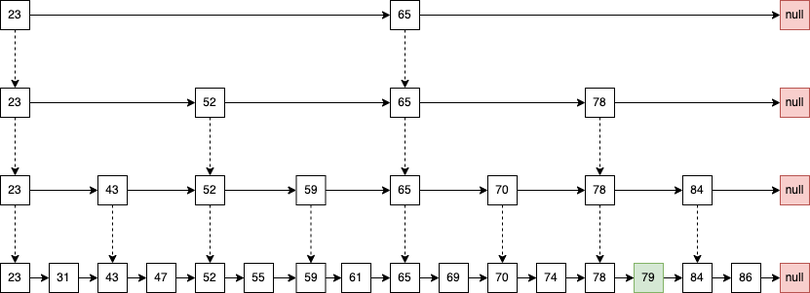
Above: redis/structure-zset.png in thebesteric/draw.io (draw.io), before the change. Source tidied: cells renumbered, new cells last; positions are measured from the earlier drawing's top-left corner, leaving out a move shared by most shapes.
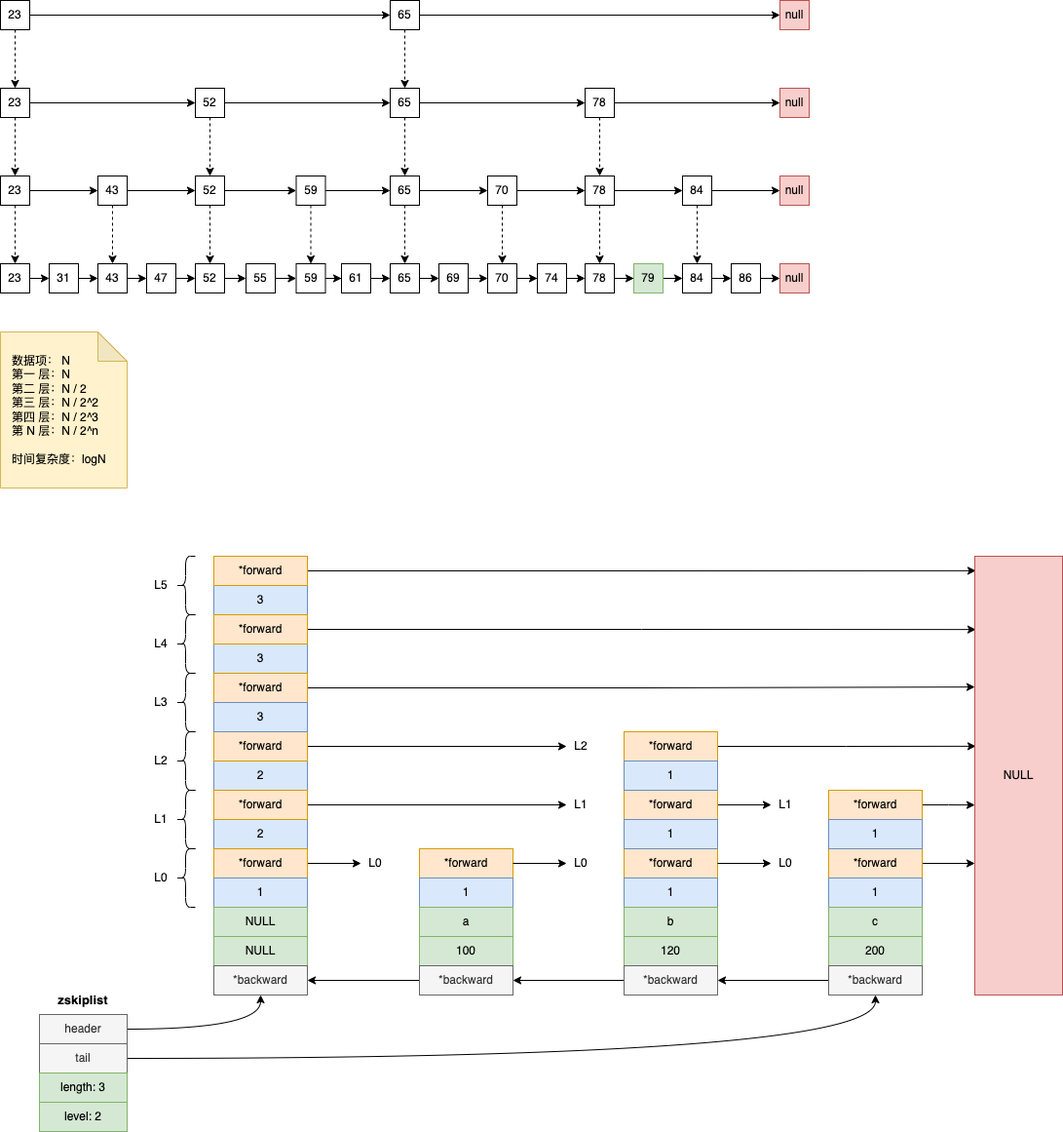
The same file after the commit.

What changed in the source:
```diff
@@ -36,7 +36,7 @@
       <mxGeometry relative="1" as="geometry" />
     </mxCell>
     <mxCell id="13" value="55" style="rounded=0;whiteSpace=wrap;html=1;" parent="1" vertex="1">
-      <mxGeometry x="250" y="270" width="30" height="30" as="geometry" />
+      <mxGeometry x="252" y="270" width="30" height="30" as="geometry" />
     </mxCell>
     <mxCell id="14" style="edgeStyle=orthogonalEdgeStyle;rounded=0;jettySize=auto;html=1;exitX=1;exitY=0.5;exitDx=0;exitDy=0;" parent="1" edge="1" source="15" target="17">
       <mxGeometry relative="1" as="geometry" />
@@ -72,7 +72,7 @@
       <mxGeometry relative="1" as="geometry" />
     </mxCell>
     <mxCell id="25" value="74" style="rounded=0;whiteSpace=wrap;html=1;" parent="1" vertex="1">
-      <mxGeometry x="550" y="270" width="30" height="30" as="geometry" />
+      <mxGeometry x="551" y="270" width="30" height="30" as="geometry" />
     </mxCell>
     <mxCell id="26" style="edgeStyle=orthogonalEdgeStyle;rounded=0;jettySize=auto;html=1;exitX=1;exitY=0.5;exitDx=0;exitDy=0;" parent="1" edge="1" source="27" target="29">
       <mxGeometry relative="1" as="geometry" />
@@ -236,5 +236,239 @@
     <mxCell id="79" value="null" style="rounded=0;whiteSpace=wrap;html=1;fillColor=#f8cecc;strokeColor=#b85450;" parent="1" vertex="1">
       <mxGeometry x="800" width="30" height="30" as="geometry" />
     </mxCell>
+    <mxCell id="80" value="数据项： N&lt;br&gt;第一 层：N&lt;br&gt;第二 层：N / 2&lt;br&gt;第三 层：N / 2^2&lt;br&gt;第四 层：N / 2^3&lt;br&gt;第 N 层：N / 2^n&lt;br&gt;&lt;br&gt;时间复杂度：logN" style="shape=note;whiteSpace=wrap;html=1;backgroundOutline=1;darkOpacity=0.05;align=left;spacing=12;fillColor=#fff2cc;strokeColor=#d6b656;" parent="1" vertex="1">
+      <mxGeometry y="340" width="130" height="160" as="geometry" />
+    </mxCell>
+    <mxCell id="81" style="edgeStyle=orthogonalEdgeStyle;curved=1;rounded=0;jettySize=auto;html=1;exitX=1;exitY=0.5;exitDx=0;exitDy=0;" parent="1" edge="1" source="82" target="94">
+      <mxGeometry relative="1" as="geometry" />
+    </mxCell>
+    <mxCell id="82" value="header" style="rounded=0;whiteSpace=wrap;html=1;fillColor=#f5f5f5;fontColor=#333333;strokeColor=#666666;" parent="1" vertex="1">
+      <mxGeometry x="40" y="1040" width="90" height="30" as="geometry" />
+    </mxCell>
+    <mxCell id="83" style="edgeStyle=orthogonalEdgeStyle;rounded=0;jettySize=auto;html=1;exitX=1;exitY=0.5;exitDx=0;exitDy=0;entryX=0.5;entryY=1;entryDx=0;entryDy=0;curved=1;" parent="1" edge="1" source="84" target="147">
+      <mxGeometry relative="1" as="geometry" />
+    </mxCell>
+    <mxCell id="84" value="tail" style="rounded=0;whiteSpace=wrap;html=1;fillColor=#f5f5f5;fontColor=#333333;strokeColor=#666666;" parent="1" vertex="1">
+      <mxGeometry x="40" y="1070" width="90" height="30" as="geometry" />
+    </mxCell>
+    <mxCell id="85" value="length: 3" style="rounded=0;whiteSpace=wrap;html=1;fillColor=#d5e8d4;strokeColor=#82b366;" parent="1" vertex="1">
+      <mxGeometry x="40" y="1100" width="90" height="30" as="geometry" />
+    </mxCell>
+    <mxCell id="86" value="level: 2" style="rounded=0;whiteSpace=wrap;html=1;fillColor=#d5e8d4;strokeColor=#82b366;" parent="1" vertex="1">
+      <mxGeometry x="40" y="1130" width="90" height="30" as="geometry" />
+    </mxCell>
+    <mxCell id="87" value="2" style="rounded=0;whiteSpace=wrap;html=1;fillColor=#dae8fc;strokeColor=#6c8ebf;" parent="1" vertex="1">
+      <mxGeometry x="219" y="840" width="96" height="30" as="geometry" />
+    </mxCell>
+    <mxCell id="88" style="edgeStyle=orthogonalEdgeStyle;rounded=0;jettySize=auto;html=1;exitX=1;exitY=0.5;exitDx=0;exitDy=0;entryX=0;entryY=0.5;entryDx=0;entryDy=0;" parent="1" edge="1" source="89" target="126">
+      <mxGeometry relative="1" as="geometry" />
+    </mxCell>
+    <mxCell id="89" value="*forward" style="rounded=0;whiteSpace=wrap;html=1;fillColor=#ffe6cc;strokeColor=#d79b00;" parent="1" vertex="1">
+      <mxGeometry x="219" y="870" width="96" height="30" as="geometry" />
+    </mxCell>
+    <mxCell id="90" value="2" style="rounded=0;whiteSpace=wrap;html=1;fillColor=#dae8fc;strokeColor=#6c8ebf;" parent="1" vertex="1">
+      <mxGeometry x="219" y="780" width="96" height="30" as="geometry" />
+    </mxCell>
+    <mxCell id="91" style="edgeStyle=orthogonalEdgeStyle;rounded=0;jettySize=auto;html=1;exitX=1;exitY=0.5;exitDx=0;exitDy=0;" parent="1" edge="1" source="92" target="141">
+      <mxGeometry relative="1" as="geometry" />
+    </mxCell>
+    <mxCell id="92" value="&lt;span&gt;*forward&lt;/span&gt;" style="rounded=0;whiteSpace=wrap;html=1;fillColor=#ffe6cc;strokeColor=#d79b00;" parent="1" vertex="1">
+      <mxGeometry x="219" y="810" width="96" height="30" as="geometry" />
+    </mxCell>
+    <mxCell id="93" value="NULL" style="rounded=0;whiteSpace=wrap;html=1;fillColor=#d5e8d4;strokeColor=#82b366;" parent="1" vertex="1">
+      <mxGeometry x="219" y="960" width="96" height="30" as="geometry" />
+    </mxCell>
+    <mxCell id="94" value="*backward" style="rounded=0;whiteSpace=wrap;html=1;fillColor=#f5f5f5;fontColor=#333333;strokeColor=#666666;" parent="1" vertex="1">
+      <mxGeometry x="219" y="990" width="96" height="30" as="geometry" />
+    </mxCell>
+    <mxCell id="95" value="1" style="rounded=0;whiteSpace=wrap;html=1;fillColor=#dae8fc;strokeColor=#6c8ebf;" parent="1" vertex="1">
+      <mxGeometry x="219" y="900" width="96" height="30" as="geometry" />
+    </mxCell>
+    <mxCell id="96" value="&lt;span&gt;NULL&lt;/span&gt;" style="rounded=0;whiteSpace=wrap;html=1;fillColor=#d5e8d4;strokeColor=#82b366;" parent="1" vertex="1">
+      <mxGeometry x="219" y="930" width="96" height="30" as="geometry" />
+    </mxCell>
+    <mxCell id="97" style="edgeStyle=orthogonalEdgeStyle;rounded=0;jettySize=auto;html=1;exitX=1;exitY=0.5;exitDx=0;exitDy=0;" parent="1" edge="1" source="98" target="142">
+      <mxGeometry relative="1" as="geometry" />
+    </mxCell>
+    <mxCell id="98" value="&lt;span&gt;*forward&lt;/span&gt;" style="rounded=0;whiteSpace=wrap;html=1;fillColor=#ffe6cc;strokeColor=#d79b00;" parent="1" vertex="1">
+      <mxGeometry x="219" y="750" width="96" height="30" as="geometry" />
+    </mxCell>
+    <mxCell id="99" value="3" style="rounded=0;whiteSpace=wrap;html=1;fillColor=#dae8fc;strokeColor=#6c8ebf;" parent="1" vertex="1">
+      <mxGeometry x="219" y="660" width="96" height="30" as="geometry" />
+    </mxCell>
+    <mxCell id="100" style="edgeStyle=orthogonalEdgeStyle;rounded=0;jettySize=auto;html=1;exitX=1;exitY=0.5;exitDx=0;exitDy=0;entryX=0;entryY=0.298;entryDx=0;entryDy=0;entryPerimeter=0;" parent="1" edge="1" source="101" target="156">
+      <mxGeometry relative="1" as="geometry" />
+    </mxCell>
+    <mxCell id="101" value="*forward" style="rounded=0;whiteSpace=wrap;html=1;fillColor=#ffe6cc;strokeColor=#d79b00;" parent="1" vertex="1">
+      <mxGeometry x="219" y="690" width="96" height="30" as="geometry" />
+    </mxCell>
+    <mxCell id="102" value="3" style="rounded=0;whiteSpace=wrap;html=1;fillColor=#dae8fc;strokeColor=#6c8ebf;" parent="1" vertex="1">
+      <mxGeometry x="219" y="600" width="96" height="30" as="geometry" />
+    </mxCell>
+    <mxCell id="103" style="edgeStyle=orthogonalEdgeStyle;rounded=0;jettySize=auto;html=1;exitX=1;exitY=0.5;exitDx=0;exitDy=0;entryX=0.011;entryY=0.167;entryDx=0;entryDy=0;entryPerimeter=0;" parent="1" edge="1" source="104" target="156">
+      <mxGeometry relative="1" as="geometry" />
+    </mxCell>
+    <mxCell id="104" value="&lt;span&gt;*forward&lt;/span&gt;" style="rounded=0;whiteSpace=wrap;html=1;fillColor=#ffe6cc;strokeColor=#d79b00;" parent="1" vertex="1">
+      <mxGeometry x="219" y="630" width="96" height="30" as="geometry" />
+    </mxCell>
+    <mxCell id="105" value="3" style="rounded=0;whiteSpace=wrap;html=1;fillColor=#dae8fc;strokeColor=#6c8ebf;" parent="1" vertex="1">
+      <mxGeometry x="219" y="720" width="96" height="30" as="geometry" />
+    </mxCell>
+    <mxCell id="106" style="edgeStyle=orthogonalEdgeStyle;rounded=0;jettySize=auto;html=1;exitX=1;exitY=0.5;exitDx=0;exitDy=0;entryX=0.011;entryY=0.033;entryDx=0;entryDy=0;entryPerimeter=0;" parent="1" edge="1" source="107" target="156">
+      <mxGeometry relative="1" as="geometry" />
+    </mxCell>
+    <mxCell id="107" value="&lt;span&gt;*forward&lt;/span&gt;" style="rounded=0;whiteSpace=wrap;html=1;fillColor=#ffe6cc;strokeColor=#d79b00;" parent="1" vertex="1">
+      <mxGeometry x="219" y="570" width="96" height="30" as="geometry" />
+    </mxCell>
+    <mxCell id="108" style="shape=curlyBracket;whiteSpace=wrap;html=1;rounded=1;" parent="1" vertex="1">
+      <mxGeometry x="180" y="870" width="20" height="60" as="geometry" />
+    </mxCell>
+    <mxCell id="109" value="L0" style="text;html=1;strokeColor=none;fillColor=none;align=center;verticalAlign=middle;whiteSpace=wrap;rounded=0;" parent="1" vertex="1">
+      <mxGeometry x="150" y="885" width="30" height="30" as="geometry" />
+    </mxCell>
+    <mxCell id="110" style="shape=curlyBracket;whiteSpace=wrap;html=1;rounded=1;" parent="1" vertex="1">
+      <mxGeometry x="180" y="810" width="20" height="60" as="geometry" />
+    </mxCell>
+    <mxCell id="111" value="L1" style="text;html=1;strokeColor=none;fillColor=none;align=center;verticalAlign=middle;whiteSpace=wrap;rounded=0;" parent="1" vertex="1">
+      <mxGeometry x="150" y="825" width="30" height="30" as="geometry" />
+    </mxCell>
+    <mxCell id="112" style="shape=curlyBracket;whiteSpace=wrap;html=1;rounded=1;" parent="1" vertex="1">
+      <mxGeometry x="180" y="750" width="20" height="60" as="geometry" />
+    </mxCell>
+    <mxCell id="113" value="L2" style="text;html=1;strokeColor=none;fillColor=none;align=center;verticalAlign=middle;whiteSpace=wrap;rounded=0;" parent="1" vertex="1">
+      <mxGeometry x="150" y="765" width="30" height="30" as="geometry" />
+    </mxCell>
+    <mxCell id="114" style="shape=curlyBracket;whiteSpace=wrap;html=1;rounded=1;" parent="1" vertex="1">
+      <mxGeometry x="180" y="690" width="20" height="60" as="geometry" />
+    </mxCell>
+    <mxCell id="115" value="L3" style="text;html=1;strokeColor=none;fillColor=none;align=center;verticalAlign=middle;whiteSpace=wrap;rounded=0;" parent="1" vertex="1">
+      <mxGeometry x="150" y="705" width="30" height="30" as="geometry" />
+    </mxCell>
+    <mxCell id="116" style="shape=curlyBracket;whiteSpace=wrap;html=1;rounded=1;" parent="1" vertex="1">
+      <mxGeometry x="180" y="630" width="20" height="60" as="geometry" />
+    </mxCell>
+    <mxCell id="117" value="L4" style="text;html=1;strokeColor=none;fillColor=none;align=center;verticalAlign=middle;whiteSpace=wrap;rounded=0;" parent="1" vertex="1">
+      <mxGeometry x="150" y="645" width="30" height="30" as="geometry" />
+    </mxCell>
+    <mxCell id="118" style="shape=curlyBracket;whiteSpace=wrap;html=1;rounded=1;" parent="1" vertex="1">
+      <mxGeometry x="180" y="570" width="20" height="60" as="geometry" />
+    </mxCell>
+    <mxCell id="119" value="L5" style="text;html=1;strokeColor=none;fillColor=none;align=center;verticalAlign=middle;whiteSpace=wrap;rounded=0;" parent="1" vertex="1">
+      <mxGeometry x="150" y="585" width="30" height="30" as="geometry" />
+    </mxCell>
+    <mxCell id="120" value="*forward" style="rounded=0;whiteSpace=wrap;html=1;fillColor=#ffe6cc;strokeColor=#d79b00;" parent="1" vertex="1">
+      <mxGeometry x="430" y="870" width="96" height="30" as="geometry" />
+    </mxCell>
+    <mxCell id="121" value="100" style="rounded=0;whiteSpace=wrap;html=1;fillColor=#d5e8d4;strokeColor=#82b366;" parent="1" vertex="1">
+      <mxGeometry x="430" y="960" width="96" height="30" as="geometry" />
+    </mxCell>
+    <mxCell id="122" style="edgeStyle=orthogonalEdgeStyle;rounded=0;jettySize=auto;html=1;exitX=0;exitY=0.5;exitDx=0;exitDy=0;entryX=1;entryY=0.5;entryDx=0;entryDy=0;" parent="1" edge="1" source="123" target="94">
+      <mxGeometry relative="1" as="geometry" />
+    </mxCell>
+    <mxCell id="123" value="*backward" style="rounded=0;whiteSpace=wrap;html=1;fillColor=#f5f5f5;fontColor=#333333;strokeColor=#666666;" parent="1" vertex="1">
+      <mxGeometry x="430" y="990" width="96" height="30" as="geometry" />
+    </mxCell>
+    <mxCell id="124" value="1" style="rounded=0;whiteSpace=wrap;html=1;fillColor=#dae8fc;strokeColor=#6c8ebf;" parent="1" vertex="1">
+      <mxGeometry x="430" y="900" width="96" height="30" as="geometry" />
+    </mxCell>
+    <mxCell id="125" value="&lt;span&gt;a&lt;/span&gt;" style="rounded=0;whiteSpace=wrap;html=1;fillColor=#d5e8d4;strokeColor=#82b366;" parent="1" vertex="1">
+      <mxGeometry x="430" y="930" width="96" height="30" as="geometry" />
+    </mxCell>
+    <mxCell id="126" value="L0" style="text;html=1;strokeColor=none;fillColor=none;align=center;verticalAlign=middle;whiteSpace=wrap;rounded=0;" parent="1" vertex="1">
+      <mxGeometry x="370" y="870" width="30" height="30" as="geometry" />
+    </mxCell>
+    <mxCell id="127" value="*forward" style="rounded=0;whiteSpace=wrap;html=1;fillColor=#ffe6cc;strokeColor=#d79b00;" parent="1" vertex="1">
+      <mxGeometry x="640" y="870" width="96" height="30" as="geometry" />
+    </mxCell>
+    <mxCell id="128" value="120" style="rounded=0;whiteSpace=wrap;html=1;fillColor=#d5e8d4;strokeColor=#82b366;" parent="1" vertex="1">
+      <mxGeometry x="640" y="960" width="96" height="30" as="geometry" />
+    </mxCell>
+    <mxCell id="129" style="edgeStyle=orthogonalEdgeStyle;rounded=0;jettySize=auto;html=1;exitX=0;exitY=0.5;exitDx=0;exitDy=0;entryX=1;entryY=0.5;entryDx=0;entryDy=0;" parent="1" edge="1" source="130" target="123">
+      <mxGeometry relative="1" as="geometry" />
+    </mxCell>
+    <mxCell id="130" value="*backward" style="rounded=0;whiteSpace=wrap;html=1;fillColor=#f5f5f5;fontColor=#333333;strokeColor=#666666;" parent="1" vertex="1">
+      <mxGeometry x="640" y="990" width="96" height="30" as="geometry" />
+    </mxCell>
+    <mxCell id="131" value="1" style="rounded=0;whiteSpace=wrap;html=1;fillColor=#dae8fc;strokeColor=#6c8ebf;" parent="1" vertex="1">
+      <mxGeometry x="640" y="900" width="96" height="30" as="geometry" />
+    </mxCell>
+    <mxCell id="132" value="&lt;span&gt;b&lt;/span&gt;" style="rounded=0;whiteSpace=wrap;html=1;fillColor=#d5e8d4;strokeColor=#82b366;" parent="1" vertex="1">
+      <mxGeometry x="640" y="930" width="96" height="30" as="geometry" />
+    </mxCell>
+    <mxCell id="133" style="edgeStyle=orthogonalEdgeStyle;rounded=0;jettySize=auto;html=1;exitX=1;exitY=0.5;exitDx=0;exitDy=0;" parent="1" edge="1" source="134" target="155">
+      <mxGeometry relative="1" as="geometry" />
+    </mxCell>
+    <mxCell id="134" value="*forward" style="rounded=0;whiteSpace=wrap;html=1;fillColor=#ffe6cc;strokeColor=#d79b00;" parent="1" vertex="1">
+      <mxGeometry x="640" y="810" width="96" height="30" as="geometry" />
+    </mxCell>
+    <mxCell id="135" value="1" style="rounded=0;whiteSpace=wrap;html=1;fillColor=#dae8fc;strokeColor=#6c8ebf;" parent="1" vertex="1">
+      <mxGeometry x="640" y="840" width="96" height="30" as="geometry" />
+    </mxCell>
+    <mxCell id="136" style="edgeStyle=orthogonalEdgeStyle;rounded=0;jettySize=auto;html=1;exitX=1;exitY=0.5;exitDx=0;exitDy=0;entryX=0.011;entryY=0.433;entryDx=0;entryDy=0;entryPerimeter=0;" parent="1" edge="1" source="137" target="156">
+      <mxGeometry relative="1" as="geometry" />
+    </mxCell>
+    <mxCell id="137" value="*forward" style="rounded=0;whiteSpace=wrap;html=1;fillColor=#ffe6cc;strokeColor=#d79b00;" parent="1" vertex="1">
+      <mxGeometry x="640" y="750" width="96" height="30" as="geometry" />
+    </mxCell>
+    <mxCell id="138" value="1" style="rounded=0;whiteSpace=wrap;html=1;fillColor=#dae8fc;strokeColor=#6c8ebf;" parent="1" vertex="1">
+      <mxGeometry x="640" y="780" width="96" height="30" as="geometry" />
+    </mxCell>
+    <mxCell id="139" style="edgeStyle=orthogonalEdgeStyle;rounded=0;jettySize=auto;html=1;entryX=0;entryY=0.5;entryDx=0;entryDy=0;" parent="1" edge="1" source="120" target="140">
+      <mxGeometry relative="1" as="geometry" />
+    </mxCell>
+    <mxCell id="140" value="L0" style="text;html=1;strokeColor=none;fillColor=none;align=center;verticalAlign=middle;whiteSpace=wrap;rounded=0;" parent="1" vertex="1">
+      <mxGeometry x="581" y="870" width="30" height="30" as="geometry" />
+    </mxCell>
+    <mxCell id="141" value="L1" style="text;html=1;strokeColor=none;fillColor=none;align=center;verticalAlign=middle;whiteSpace=wrap;rounded=0;" parent="1" vertex="1">
+      <mxGeometry x="581" y="810" width="30" height="30" as="geometry" />
+    </mxCell>
+    <mxCell id="142" value="L2" style="text;html=1;strokeColor=none;fillColor=none;align=center;verticalAlign=middle;whiteSpace=wrap;rounded=0;" parent="1" vertex="1">
+      <mxGeometry x="581" y="750" width="30" height="30" as="geometry" />
+    </mxCell>
+    <mxCell id="143" style="edgeStyle=orthogonalEdgeStyle;rounded=0;jettySize=auto;html=1;exitX=1;exitY=0.5;exitDx=0;exitDy=0;entryX=0;entryY=0.7;entryDx=0;entryDy=0;entryPerimeter=0;" parent="1" edge="1" source="144" target="156">
+      <mxGeometry relative="1" as="geometry" />
+    </mxCell>
+    <mxCell id="144" value="*forward" style="rounded=0;whiteSpace=wrap;html=1;fillColor=#ffe6cc;strokeColor=#d79b00;" parent="1" vertex="1">
+      <mxGeometry x="850" y="870" width="96" height="30" as="geometry" />
+    </mxCell>
+    <mxCell id="145" value="200" style="rounded=0;whiteSpace=wrap;html=1;fillColor=#d5e8d4;strokeColor=#82b366;" parent="1" vertex="1">
+      <mxGeometry x="850" y="960" width="96" height="30" as="geometry" />
+    </mxCell>
+    <mxCell id="146" style="edgeStyle=orthogonalEdgeStyle;rounded=0;jettySize=auto;html=1;exitX=0;exitY=0.5;exitDx=0;exitDy=0;entryX=1;entryY=0.5;entryDx=0;entryDy=0;" parent="1" edge="1" source="147" target="130">
+      <mxGeometry relative="1" as="geometry" />
+    </mxCell>
+    <mxCell id="147" value="*backward" style="rounded=0;whiteSpace=wrap;html=1;fillColor=#f5f5f5;fontColor=#333333;strokeColor=#666666;" parent="1" vertex="1">
+      <mxGeometry x="850" y="990" width="96" height="30" as="geometry" />
+    </mxCell>
+    <mxCell id="148" value="1" style="rounded=0;whiteSpace=wrap;html=1;fillColor=#dae8fc;strokeColor=#6c8ebf;" parent="1" vertex="1">
+      <mxGeometry x="850" y="900" width="96" height="30" as="geometry" />
+    </mxCell>
+    <mxCell id="149" value="&lt;span&gt;c&lt;/span&gt;" style="rounded=0;whiteSpace=wrap;html=1;fillColor=#d5e8d4;strokeColor=#82b366;" parent="1" vertex="1">
+      <mxGeometry x="850" y="930" width="96" height="30" as="geometry" />
+    </mxCell>
+    <mxCell id="150" style="edgeStyle=orthogonalEdgeStyle;rounded=0;jettySize=auto;html=1;exitX=1;exitY=0.5;exitDx=0;exitDy=0;entryX=0;entryY=0.567;entryDx=0;entryDy=0;entryPerimeter=0;" parent="1" edge="1" source="151" target="156">
+      <mxGeometry relative="1" as="geometry" />
+    </mxCell>
+    <mxCell id="151" value="*forward" style="rounded=0;whiteSpace=wrap;html=1;fillColor=#ffe6cc;strokeColor=#d79b00;" parent="1" vertex="1">
+      <mxGeometry x="850" y="810" width="96" height="30" as="geometry" />
+    </mxCell>
+    <mxCell id="152" value="1" style="rounded=0;whiteSpace=wrap;html=1;fillColor=#dae8fc;strokeColor=#6c8ebf;" parent="1" vertex="1">
+      <mxGeometry x="850" y="840" width="96" height="30" as="geometry" />
+    </mxCell>
+    <mxCell id="153" style="edgeStyle=orthogonalEdgeStyle;rounded=0;jettySize=auto;html=1;entryX=0;entryY=0.5;entryDx=0;entryDy=0;" parent="1" edge="1" source="127" target="154">
+      <mxGeometry relative="1" as="geometry" />
+    </mxCell>
+    <mxCell id="154" value="L0" style="text;html=1;strokeColor=none;fillColor=none;align=center;verticalAlign=middle;whiteSpace=wrap;rounded=0;" parent="1" vertex="1">
+      <mxGeometry x="791" y="870" width="30" height="30" as="geometry" />
+    </mxCell>
+    <mxCell id="155" value="L1" style="text;html=1;strokeColor=none;fillColor=none;align=center;verticalAlign=middle;whiteSpace=wrap;rounded=0;" parent="1" vertex="1">
+      <mxGeometry x="791" y="810" width="30" height="30" as="geometry" />
+    </mxCell>
+    <mxCell id="156" value="NULL" style="rounded=0;whiteSpace=wrap;html=1;fillColor=#f8cecc;strokeColor=#b85450;" parent="1" vertex="1">
+      <mxGeometry x="1000" y="570" width="90" height="450" as="geometry" />
+    </mxCell>
+    <mxCell id="157" value="zskiplist" style="text;html=1;strokeColor=none;fillColor=none;align=center;verticalAlign=middle;whiteSpace=wrap;rounded=0;fontStyle=1;fontSize=13;" parent="1" vertex="1">
+      <mxGeometry x="55" y="1010" width="60" height="30" as="geometry" />
+    </mxCell>
   </root>
 </mxGraphModel>
```
